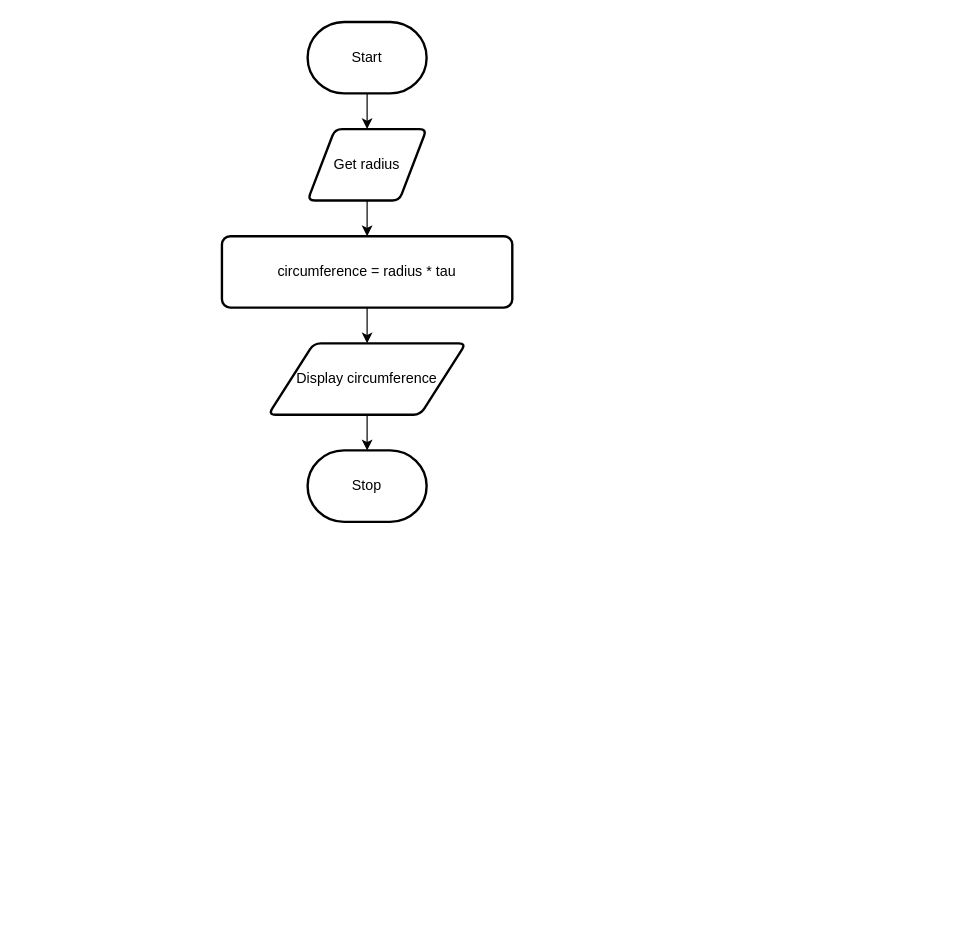
Earlier version of the draw.io diagram page "Flowchart" (1 of 2) of design.drawio (Samuel-Webster-178/ICS3U-Unit6-Unit6-06-Python). Source tidied: cells renumbered, new cells numbered last; positions are measured from the earlier drawing's top-left corner, leaving out a move shared by most shapes. Both pictures are drawn from the tidied source at 119%, with x=0, y=0 at pixel (221, 21).
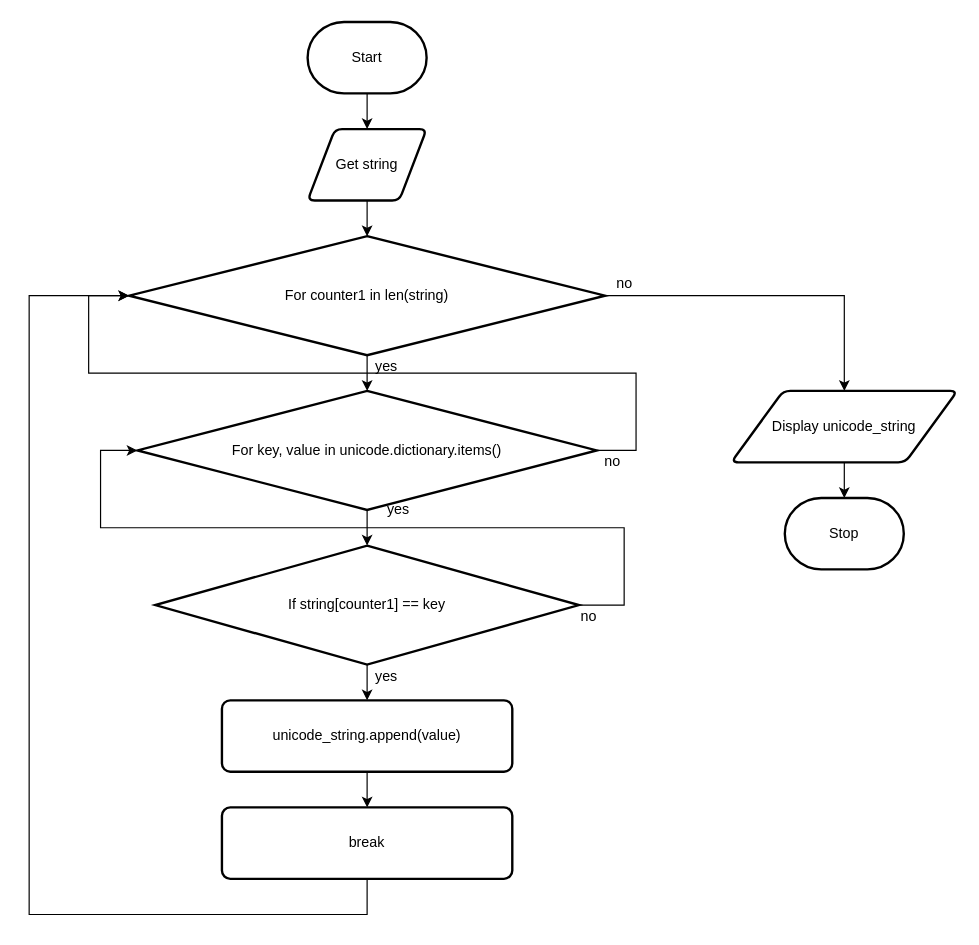
The same diagram, later.

The edit, as a diff of the source:
```diff
@@
-    <mxCell id="4" style="edgeStyle=none;html=1;" parent="1" edge="1" source="5" target="7">
-      <mxGeometry relative="1" as="geometry" />
-    </mxCell>
+    <mxCell id="11" style="edgeStyle=none;html=1;" parent="1" edge="1" source="5" target="15">
+      <mxGeometry relative="1" as="geometry" />
+    </mxCell>
-    <mxCell id="5" value="Get radius" style="shape=parallelogram;html=1;strokeWidth=2;perimeter=parallelogramPerimeter;whiteSpace=wrap;rounded=1;arcSize=12;size=0.23;" parent="1" vertex="1">
+    <mxCell id="5" value="Get string" style="shape=parallelogram;html=1;strokeWidth=2;perimeter=parallelogramPerimeter;whiteSpace=wrap;rounded=1;arcSize=12;size=0.23;" parent="1" vertex="1">
       <mxGeometry x="72" y="90" width="100" height="60" as="geometry" />
     </mxCell>
-    <mxCell id="6" style="edgeStyle=none;html=1;" parent="1" edge="1" source="7" target="9">
-      <mxGeometry relative="1" as="geometry" />
-    </mxCell>
+    <mxCell id="12" style="edgeStyle=none;html=1;" parent="1" edge="1" source="7" target="23">
+      <mxGeometry relative="1" as="geometry" />
+    </mxCell>
-    <mxCell id="7" value="circumference = radius * tau" style="rounded=1;whiteSpace=wrap;html=1;absoluteArcSize=1;arcSize=14;strokeWidth=2;" parent="1" vertex="1">
-      <mxGeometry y="180" width="244" height="60" as="geometry" />
+    <mxCell id="7" value="unicode_string.append(value)" style="rounded=1;whiteSpace=wrap;html=1;absoluteArcSize=1;arcSize=14;strokeWidth=2;" parent="1" vertex="1">
+      <mxGeometry y="570" width="244" height="60" as="geometry" />
     </mxCell>
@@
-    <mxCell id="9" value="Display circumference" style="shape=parallelogram;html=1;strokeWidth=2;perimeter=parallelogramPerimeter;whiteSpace=wrap;rounded=1;arcSize=12;size=0.23;" parent="1" vertex="1">
-      <mxGeometry x="39" y="270" width="166" height="60" as="geometry" />
+    <mxCell id="9" value="Display unicode_string" style="shape=parallelogram;html=1;strokeWidth=2;perimeter=parallelogramPerimeter;whiteSpace=wrap;rounded=1;arcSize=12;size=0.23;" parent="1" vertex="1">
+      <mxGeometry x="428" y="310" width="190" height="60" as="geometry" />
     </mxCell>
     <mxCell id="10" value="Stop" style="strokeWidth=2;html=1;shape=mxgraph.flowchart.terminator;whiteSpace=wrap;" parent="1" vertex="1">
-      <mxGeometry x="72" y="360" width="100" height="60" as="geometry" />
+      <mxGeometry x="473" y="400" width="100" height="60" as="geometry" />
     </mxCell>
+    <mxCell id="13" style="edgeStyle=none;html=1;" parent="1" edge="1" source="15" target="18">
+      <mxGeometry relative="1" as="geometry" />
+    </mxCell>
+    <mxCell id="14" style="edgeStyle=orthogonalEdgeStyle;rounded=0;html=1;entryX=0.5;entryY=0;entryDx=0;entryDy=0;" parent="1" edge="1" source="15" target="9">
+      <mxGeometry relative="1" as="geometry" />
+    </mxCell>
+    <mxCell id="15" value="For counter1 in len(string)" style="strokeWidth=2;html=1;shape=mxgraph.flowchart.decision;whiteSpace=wrap;" parent="1" vertex="1">
+      <mxGeometry x="-78" y="180" width="400" height="100" as="geometry" />
+    </mxCell>
+    <mxCell id="16" style="edgeStyle=none;html=1;" parent="1" edge="1" source="18" target="21">
+      <mxGeometry relative="1" as="geometry" />
+    </mxCell>
+    <mxCell id="17" style="edgeStyle=orthogonalEdgeStyle;rounded=0;html=1;entryX=0;entryY=0.5;entryDx=0;entryDy=0;entryPerimeter=0;" parent="1" edge="1" source="18" target="15">
+      <mxGeometry relative="1" as="geometry">
+        <Array as="points">
+          <mxPoint x="348" y="360" />
+          <mxPoint x="348" y="295" />
+          <mxPoint x="-112" y="295" />
+          <mxPoint x="-112" y="230" />
+        </Array>
+      </mxGeometry>
+    </mxCell>
+    <mxCell id="18" value="For key, value in unicode.dictionary.items()" style="strokeWidth=2;html=1;shape=mxgraph.flowchart.decision;whiteSpace=wrap;" parent="1" vertex="1">
+      <mxGeometry x="-71" y="310" width="386" height="100" as="geometry" />
+    </mxCell>
+    <mxCell id="19" style="edgeStyle=none;html=1;" parent="1" edge="1" source="21" target="7">
+      <mxGeometry relative="1" as="geometry" />
+    </mxCell>
+    <mxCell id="20" style="edgeStyle=orthogonalEdgeStyle;rounded=0;html=1;entryX=0;entryY=0.5;entryDx=0;entryDy=0;entryPerimeter=0;" parent="1" edge="1" source="21" target="18">
+      <mxGeometry relative="1" as="geometry">
+        <Array as="points">
+          <mxPoint x="338" y="490" />
+          <mxPoint x="338" y="425" />
+          <mxPoint x="-102" y="425" />
+          <mxPoint x="-102" y="360" />
+        </Array>
+      </mxGeometry>
+    </mxCell>
+    <mxCell id="21" value="If string[counter1] == key" style="strokeWidth=2;html=1;shape=mxgraph.flowchart.decision;whiteSpace=wrap;" parent="1" vertex="1">
+      <mxGeometry x="-56" y="440" width="356" height="100" as="geometry" />
+    </mxCell>
+    <mxCell id="22" style="edgeStyle=orthogonalEdgeStyle;html=1;entryX=0;entryY=0.5;entryDx=0;entryDy=0;entryPerimeter=0;rounded=0;" parent="1" edge="1" source="23" target="15">
+      <mxGeometry relative="1" as="geometry">
+        <Array as="points">
+          <mxPoint x="122" y="750" />
+          <mxPoint x="-162" y="750" />
+          <mxPoint x="-162" y="230" />
+        </Array>
+      </mxGeometry>
+    </mxCell>
+    <mxCell id="23" value="break" style="rounded=1;whiteSpace=wrap;html=1;absoluteArcSize=1;arcSize=14;strokeWidth=2;" parent="1" vertex="1">
+      <mxGeometry y="660" width="244" height="60" as="geometry" />
+    </mxCell>
+    <mxCell id="24" value="yes" style="text;html=1;align=center;verticalAlign=middle;strokeColor=none;fillColor=none;" parent="1" vertex="1">
+      <mxGeometry x="123" y="540" width="30" height="20" as="geometry" />
+    </mxCell>
+    <mxCell id="25" value="no" style="text;html=1;align=center;verticalAlign=middle;strokeColor=none;fillColor=none;" parent="1" vertex="1">
+      <mxGeometry x="293" y="490" width="30" height="20" as="geometry" />
+    </mxCell>
+    <mxCell id="26" value="yes" style="text;html=1;align=center;verticalAlign=middle;strokeColor=none;fillColor=none;" parent="1" vertex="1">
+      <mxGeometry x="133" y="400" width="30" height="20" as="geometry" />
+    </mxCell>
+    <mxCell id="27" value="no" style="text;html=1;align=center;verticalAlign=middle;strokeColor=none;fillColor=none;" parent="1" vertex="1">
+      <mxGeometry x="313" y="360" width="30" height="20" as="geometry" />
+    </mxCell>
+    <mxCell id="28" value="yes" style="text;html=1;align=center;verticalAlign=middle;strokeColor=none;fillColor=none;" parent="1" vertex="1">
+      <mxGeometry x="123" y="280" width="30" height="20" as="geometry" />
+    </mxCell>
+    <mxCell id="29" value="no" style="text;html=1;align=center;verticalAlign=middle;strokeColor=none;fillColor=none;" parent="1" vertex="1">
+      <mxGeometry x="323" y="210" width="30" height="20" as="geometry" />
+    </mxCell>
```
